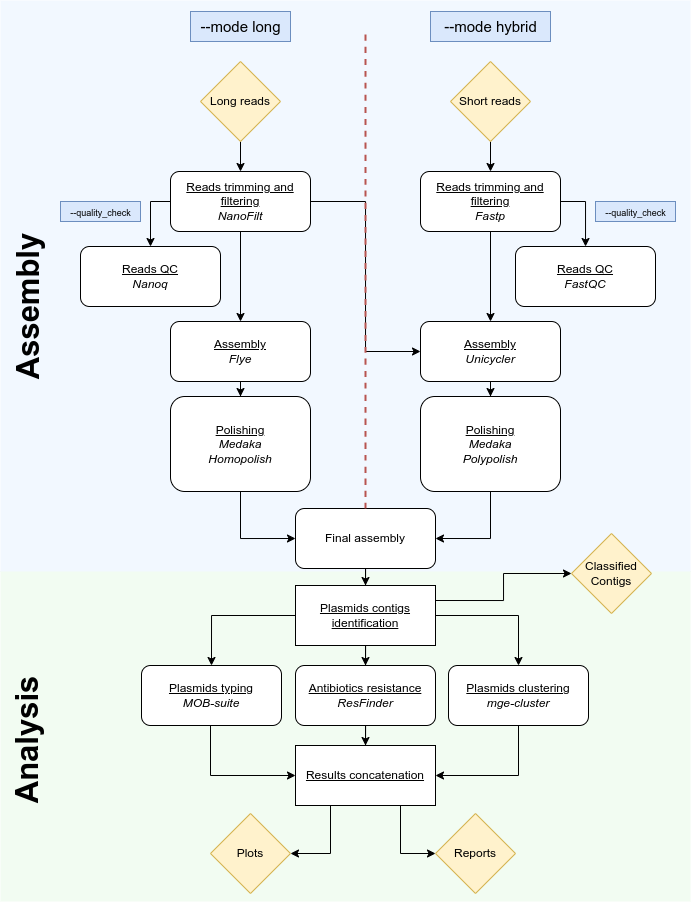
This is misc/NanoPlasm.png from fmauffrey/NanoPlasm, a draw.io export, as it was before one commit. Source tidied: cells renumbered, new cells last; positions are measured from the earlier drawing's top-left corner, leaving out a move shared by most shapes.
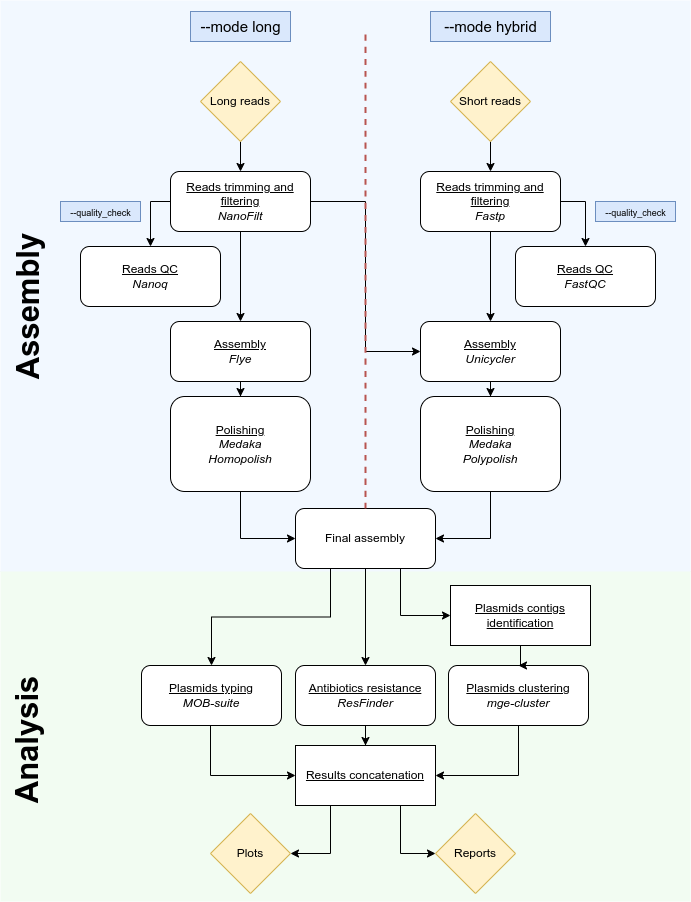
The same diagram one commit later.

Change to the diagram source:
```diff
@@ -23,7 +23,13 @@
     <mxCell id="8" value="&lt;u&gt;Polishing &lt;/u&gt;&lt;br&gt;&lt;i&gt;Medaka&lt;/i&gt;&lt;br&gt;&lt;i&gt;Homopolish&lt;/i&gt;" style="rounded=1;whiteSpace=wrap;html=1;flipV=0;" parent="1" vertex="1">
       <mxGeometry x="228" y="396" width="140" height="95" as="geometry" />
     </mxCell>
+    <mxCell id="51" style="edgeStyle=orthogonalEdgeStyle;rounded=0;jettySize=auto;html=1;exitX=0.25;exitY=1;exitDx=0;exitDy=0;entryX=0.5;entryY=0;entryDx=0;entryDy=0;" parent="1" edge="1" source="10" target="29">
+      <mxGeometry relative="1" as="geometry" />
+    </mxCell>
+    <mxCell id="52" style="edgeStyle=orthogonalEdgeStyle;rounded=0;jettySize=auto;html=1;exitX=0.5;exitY=1;exitDx=0;exitDy=0;entryX=0.5;entryY=0;entryDx=0;entryDy=0;" parent="1" edge="1" source="10" target="27">
+      <mxGeometry relative="1" as="geometry" />
+    </mxCell>
-    <mxCell id="9" style="edgeStyle=orthogonalEdgeStyle;rounded=0;jettySize=auto;html=1;entryX=0.5;entryY=0;entryDx=0;entryDy=0;" parent="1" edge="1" source="10" target="36">
+    <mxCell id="9" style="edgeStyle=orthogonalEdgeStyle;rounded=0;jettySize=auto;html=1;exitX=0.75;exitY=1;exitDx=0;exitDy=0;entryX=0;entryY=0.5;entryDx=0;entryDy=0;" parent="1" edge="1" source="10" target="36">
       <mxGeometry relative="1" as="geometry" />
     </mxCell>
     <mxCell id="10" value="Final assembly" style="rounded=1;whiteSpace=wrap;html=1;" parent="1" vertex="1">
@@ -100,20 +106,11 @@
     <mxCell id="31" value="&lt;u&gt;Plasmids clustering&lt;br&gt;&lt;/u&gt;&lt;i&gt;mge-cluster&lt;/i&gt;" style="rounded=1;whiteSpace=wrap;html=1;" parent="1" vertex="1">
       <mxGeometry x="506" y="665" width="140" height="60" as="geometry" />
     </mxCell>
-    <mxCell id="32" style="edgeStyle=orthogonalEdgeStyle;rounded=0;jettySize=auto;html=1;entryX=0.5;entryY=0;entryDx=0;entryDy=0;" parent="1" edge="1" source="36" target="29">
-      <mxGeometry relative="1" as="geometry" />
-    </mxCell>
     <mxCell id="33" style="edgeStyle=orthogonalEdgeStyle;rounded=0;jettySize=auto;html=1;" parent="1" edge="1" source="36" target="31">
       <mxGeometry relative="1" as="geometry" />
     </mxCell>
-    <mxCell id="34" style="edgeStyle=orthogonalEdgeStyle;rounded=0;jettySize=auto;html=1;entryX=0.5;entryY=0;entryDx=0;entryDy=0;" parent="1" edge="1" source="36" target="27">
-      <mxGeometry relative="1" as="geometry" />
-    </mxCell>
-    <mxCell id="35" style="edgeStyle=orthogonalEdgeStyle;rounded=0;jettySize=auto;html=1;exitX=1;exitY=0.25;exitDx=0;exitDy=0;entryX=0;entryY=0.5;entryDx=0;entryDy=0;" parent="1" edge="1" source="36" target="47">
-      <mxGeometry relative="1" as="geometry" />
-    </mxCell>
     <mxCell id="36" value="&lt;u&gt;Plasmids contigs identification&lt;/u&gt;" style="rounded=0;whiteSpace=wrap;html=1;" parent="1" vertex="1">
-      <mxGeometry x="353" y="585" width="140" height="60" as="geometry" />
+      <mxGeometry x="508" y="585" width="140" height="60" as="geometry" />
     </mxCell>
     <mxCell id="37" style="edgeStyle=orthogonalEdgeStyle;rounded=0;jettySize=auto;html=1;entryX=1;entryY=0.5;entryDx=0;entryDy=0;exitX=0.25;exitY=1;exitDx=0;exitDy=0;" parent="1" edge="1" source="39" target="46">
       <mxGeometry relative="1" as="geometry" />
@@ -145,9 +142,6 @@
     <mxCell id="46" value="Plots" style="rhombus;whiteSpace=wrap;html=1;fillColor=#fff2cc;strokeColor=#d6b656;" parent="1" vertex="1">
       <mxGeometry x="268" y="813" width="80" height="80" as="geometry" />
     </mxCell>
-    <mxCell id="47" value="Classified Contigs" style="rhombus;whiteSpace=wrap;html=1;fillColor=#fff2cc;strokeColor=#d6b656;" parent="1" vertex="1">
-      <mxGeometry x="629" y="533" width="80" height="80" as="geometry" />
-    </mxCell>
     <mxCell id="48" style="endArrow=none;dashed=1;html=1;strokeWidth=2;exitX=0.5;exitY=0;exitDx=0;exitDy=0;curved=1;shadow=0;fillColor=#f8cecc;strokeColor=#b85450;" parent="1" edge="1" source="10">
       <mxGeometry relative="1" as="geometry">
         <mxPoint x="423" y="31" as="targetPoint" />
```
